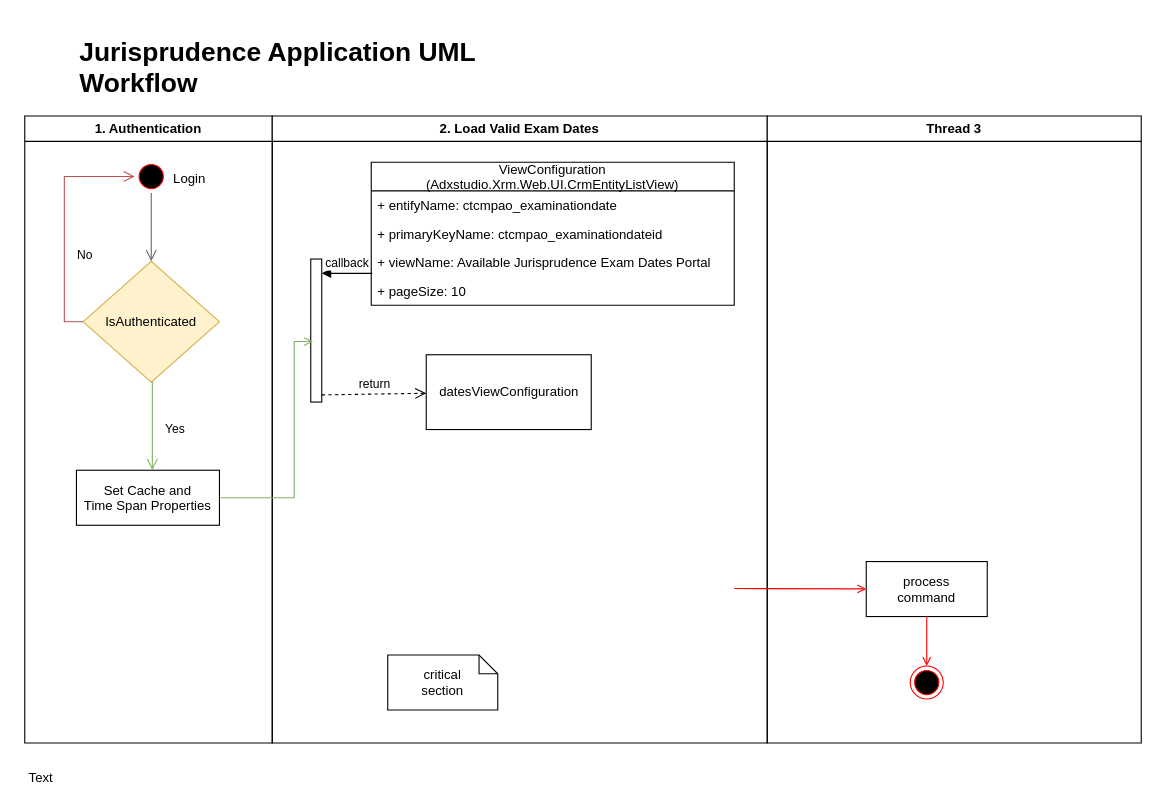
The draw.io diagram Jurisprudence Application UML Workflow.drawio in lest-xu/temp, before the edit. Source tidied: cells renumbered, new cells numbered last; positions are measured from the earlier drawing's top-left corner, leaving out a move shared by most shapes. Both pictures are drawn from the tidied source at 110%, with x=0, y=0 at pixel (19, 30).
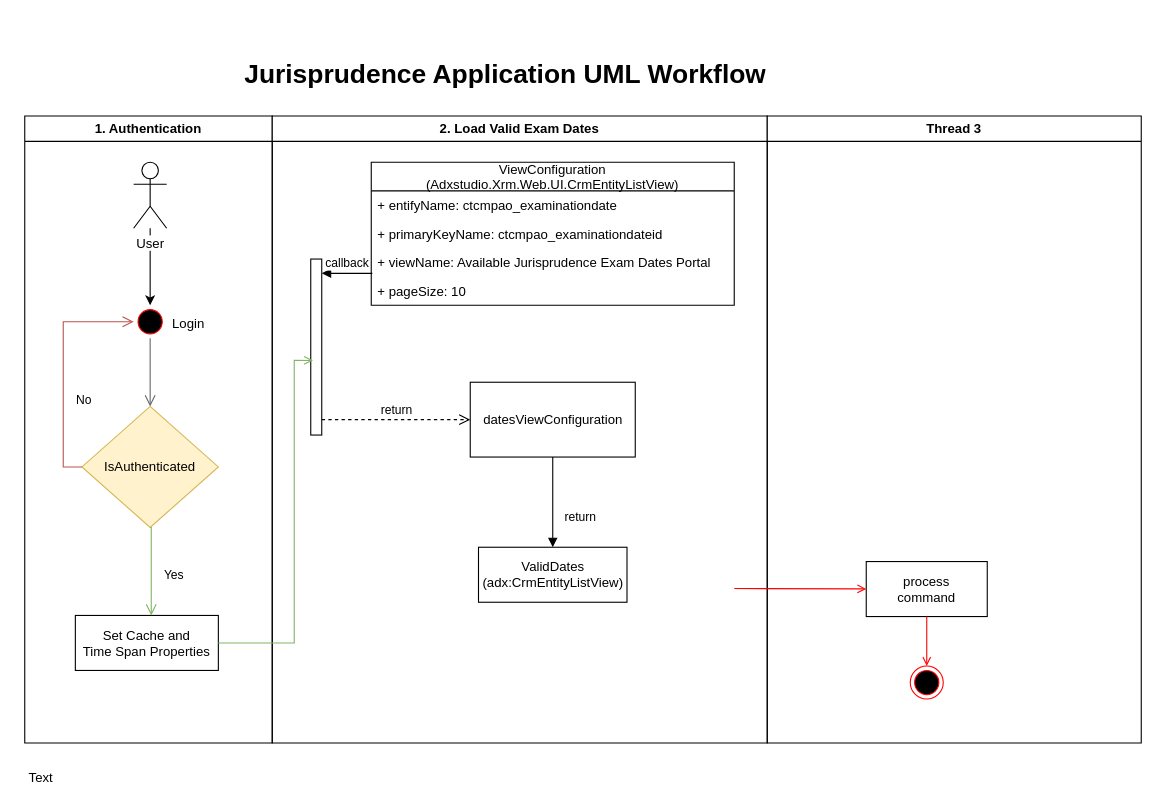
Above is the later version.

The change refers to these unchanged cells:
```xml
<mxCell id="2" value="1. Authentication" style="swimlane;whiteSpace=wrap;" parent="1" vertex="1">
  <mxGeometry x="5" y="78" width="225" height="570" as="geometry" />
</mxCell>
<mxCell id="10" value="2. Load Valid Exam Dates" style="swimlane;whiteSpace=wrap;" parent="1" vertex="1">
  <mxGeometry x="230" y="78" width="450" height="570" as="geometry" />
</mxCell>
```

The edit, as a diff of the source:
```diff
@@
     <mxCell id="3" style="ellipse;shape=startState;fillColor=#000000;strokeColor=#ff0000;" parent="2" vertex="1">
-      <mxGeometry x="100" y="40" width="30" height="30" as="geometry" />
+      <mxGeometry x="99" y="172" width="30" height="30" as="geometry" />
     </mxCell>
     <mxCell id="4" style="edgeStyle=elbowEdgeStyle;elbow=horizontal;verticalAlign=bottom;endArrow=open;endSize=8;strokeColor=#666666;endFill=1;rounded=0;entryX=0.5;entryY=0;entryDx=0;entryDy=0;fillColor=#f5f5f5;" parent="2" edge="1" source="3" target="6">
-      <mxGeometry x="100" y="40" as="geometry" />
+      <mxGeometry x="99" y="172" as="geometry" />
     </mxCell>
     <mxCell id="5" value="Set Cache and &#10;Time Span Properties" parent="2" vertex="1">
-      <mxGeometry x="47" y="322" width="130" height="50" as="geometry" />
+      <mxGeometry x="46" y="454" width="130" height="50" as="geometry" />
     </mxCell>
     <mxCell id="6" value="IsAuthenticated" style="rhombus;whiteSpace=wrap;html=1;fillColor=#fff2cc;strokeColor=#d6b656;" parent="2" vertex="1">
-      <mxGeometry x="53" y="132" width="124" height="110" as="geometry" />
+      <mxGeometry x="52" y="264" width="124" height="110" as="geometry" />
     </mxCell>
     <mxCell id="7" value="Yes" style="edgeStyle=elbowEdgeStyle;elbow=horizontal;align=left;verticalAlign=top;endArrow=open;endSize=8;strokeColor=#82b366;endFill=1;rounded=0;exitX=0.5;exitY=1;exitDx=0;exitDy=0;fillColor=#d5e8d4;" parent="2" edge="1" source="6" target="5">
       <mxGeometry x="-0.27" y="10" relative="1" as="geometry">
         <Array as="points">
-          <mxPoint x="116" y="292" />
-          <mxPoint x="126" y="282" />
+          <mxPoint x="115" y="424" />
+          <mxPoint x="125" y="414" />
         </Array>
         <mxPoint y="1" as="offset" />
       </mxGeometry>
     </mxCell>
     <mxCell id="8" value="No" style="edgeStyle=elbowEdgeStyle;elbow=horizontal;align=left;verticalAlign=top;endArrow=open;endSize=8;strokeColor=#b85450;endFill=1;rounded=0;exitX=0;exitY=0.5;exitDx=0;exitDy=0;fillColor=#f8cecc;entryX=0;entryY=0.5;entryDx=0;entryDy=0;" parent="2" edge="1" source="6" target="3">
       <mxGeometry x="-0.14" y="-9" relative="1" as="geometry">
         <Array as="points">
-          <mxPoint x="36" y="122" />
-          <mxPoint x="36" y="232" />
+          <mxPoint x="35" y="254" />
+          <mxPoint x="35" y="364" />
         </Array>
         <mxPoint x="1" y="1" as="offset" />
       </mxGeometry>
     </mxCell>
     <mxCell id="9" value="Login" style="text;html=1;strokeColor=none;fillColor=none;align=center;verticalAlign=middle;whiteSpace=wrap;rounded=0;" parent="2" vertex="1">
-      <mxGeometry x="130" y="47" width="40" height="20" as="geometry" />
+      <mxGeometry x="129" y="179" width="40" height="20" as="geometry" />
     </mxCell>
+    <mxCell id="29" style="edgeStyle=orthogonalEdgeStyle;rounded=0;jettySize=auto;html=1;entryX=0.5;entryY=0;entryDx=0;entryDy=0;" parent="2" edge="1" source="30" target="3">
+      <mxGeometry relative="1" as="geometry" />
+    </mxCell>
+    <mxCell id="30" value="User" style="shape=umlActor;verticalLabelPosition=bottom;labelBackgroundColor=#ffffff;verticalAlign=top;html=1;" parent="2" vertex="1">
+      <mxGeometry x="99" y="42" width="30" height="60" as="geometry" />
+    </mxCell>
@@
-    <mxCell id="11" value="critical&#10;section" style="shape=note;whiteSpace=wrap;size=17;" parent="10" vertex="1">
-      <mxGeometry x="105" y="490" width="100" height="50" as="geometry" />
-    </mxCell>
@@
     <mxCell id="17" value="datesViewConfiguration" style="html=1;" parent="10" vertex="1">
-      <mxGeometry x="140" y="217" width="150" height="68" as="geometry" />
+      <mxGeometry x="180" y="242" width="150" height="68" as="geometry" />
     </mxCell>
     <mxCell id="18" style="html=1;points=[];perimeter=orthogonalPerimeter;" parent="10" vertex="1">
-      <mxGeometry x="35" y="130" width="10" height="130" as="geometry" />
+      <mxGeometry x="35" y="130" width="10" height="160" as="geometry" />
     </mxCell>
@@
-    <mxCell id="20" value="return" style="html=1;verticalAlign=bottom;endArrow=open;dashed=1;endSize=8;exitX=1;exitY=0.95;" parent="10" edge="1" source="18">
+    <mxCell id="20" value="return" style="html=1;verticalAlign=bottom;endArrow=open;dashed=1;endSize=8;" parent="10" edge="1">
       <mxGeometry relative="1" as="geometry">
-        <mxPoint x="140" y="252" as="targetPoint" />
+        <mxPoint x="45" y="276" as="sourcePoint" />
+        <mxPoint x="180" y="276" as="targetPoint" />
       </mxGeometry>
     </mxCell>
+    <mxCell id="31" value="ValidDates&lt;br&gt;(adx:CrmEntityListView)" style="html=1;" parent="10" vertex="1">
+      <mxGeometry x="187.5" y="392" width="135" height="50" as="geometry" />
+    </mxCell>
+    <mxCell id="32" value="return" style="html=1;verticalAlign=bottom;endArrow=block;entryX=0.5;entryY=0;entryDx=0;entryDy=0;exitX=0.5;exitY=1;exitDx=0;exitDy=0;" parent="10" edge="1" source="17" target="31">
+      <mxGeometry x="0.57" y="25" relative="1" as="geometry" />
+    </mxCell>
@@
-    <mxCell id="26" style="endArrow=open;strokeColor=#82b366;endFill=1;rounded=0;fillColor=#d5e8d4;entryX=0.2;entryY=0.577;entryDx=0;entryDy=0;entryPerimeter=0;" parent="1" edge="1" source="5" target="18">
+    <mxCell id="26" style="endArrow=open;strokeColor=#82b366;endFill=1;rounded=0;fillColor=#d5e8d4;entryX=0.2;entryY=0.577;entryDx=0;entryDy=0;entryPerimeter=0;exitX=1;exitY=0.5;exitDx=0;exitDy=0;" parent="1" edge="1" source="5" target="18">
       <mxGeometry relative="1" as="geometry">
         <Array as="points">
-          <mxPoint x="250" y="425" />
-          <mxPoint x="250" y="283" />
+          <mxPoint x="250" y="557" />
+          <mxPoint x="250" y="300" />
         </Array>
       </mxGeometry>
     </mxCell>
     <mxCell id="27" value="&lt;h1&gt;Jurisprudence Application UML Workflow&lt;/h1&gt;" style="text;html=1;strokeColor=none;fillColor=none;spacing=5;spacingTop=-20;whiteSpace=wrap;overflow=hidden;rounded=0;" parent="1" vertex="1">
-      <mxGeometry x="50" width="420" height="60" as="geometry" />
+      <mxGeometry x="200" y="20" width="510" height="50" as="geometry" />
     </mxCell>
```
